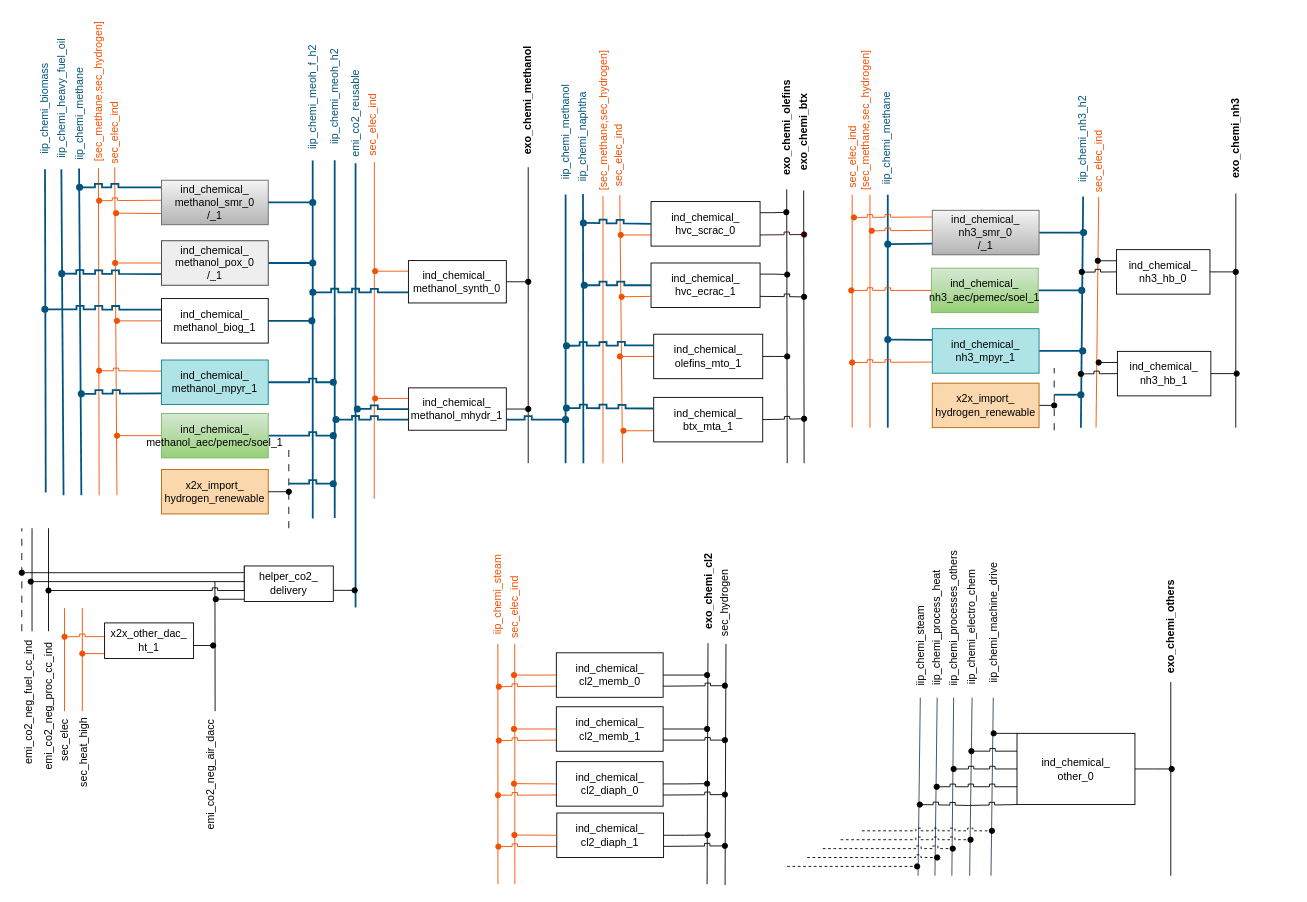
Earlier version of the draw.io diagram page "Chemi_SEDOS" (3 of 18) of TAM_Industry_RES.drawio (anik-ier/TAM_Industry_RES). Source tidied: cells renumbered, new cells numbered last; positions are measured from the earlier drawing's top-left corner, leaving out a move shared by most shapes. Both pictures are drawn from the tidied source at 89%, with x=0, y=0 at pixel (-32, 18).
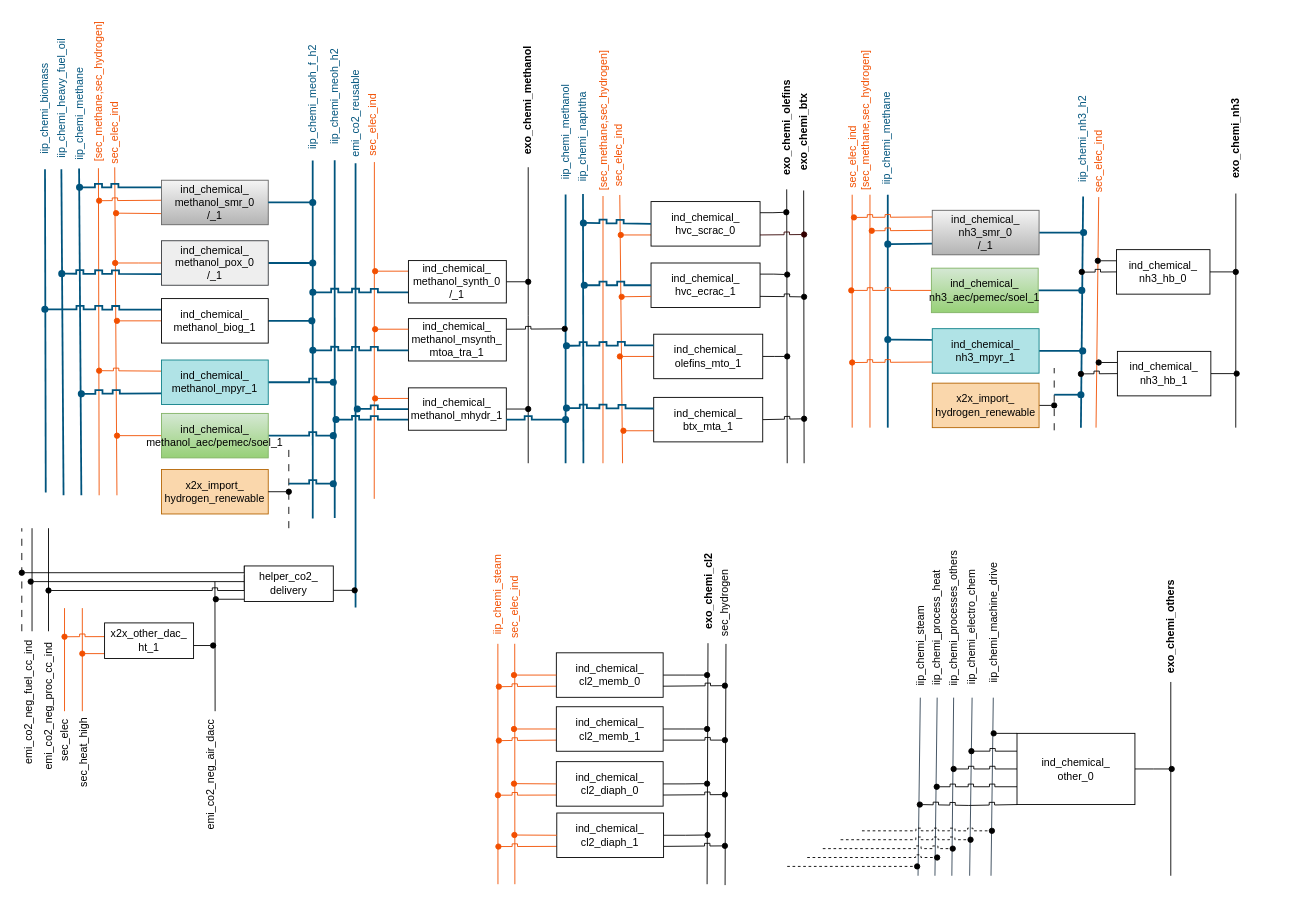
After the change.

Unchanged cells that the change refers to:
```xml
<mxCell id="139" style="group;" parent="1" vertex="1">
  <mxGeometry x="348" y="142.9" width="256.4" height="337.6" as="geometry" />
</mxCell>
<mxCell id="145" style="group;" parent="139" vertex="1">
  <mxGeometry y="-143" width="256.4" height="337.6" as="geometry" />
</mxCell>
```

Change to the diagram source:
```diff
@@
-    <mxCell id="149" value="&lt;div&gt;ind_chemical_&lt;/div&gt;&lt;div&gt;methanol_synth_0&lt;/div&gt;" style="rounded=0;whiteSpace=wrap;html=1;" parent="145" vertex="1">
+    <mxCell id="149" value="&lt;div&gt;ind_chemical_&lt;/div&gt;&lt;div&gt;methanol_synth_0&lt;/div&gt;/_1" style="rounded=0;whiteSpace=wrap;html=1;" parent="145" vertex="1">
       <mxGeometry x="146.4" y="272.4" width="110" height="47.6" as="geometry" />
     </mxCell>
@@
+    <mxCell id="210" style="edgeStyle=orthogonalEdgeStyle;rounded=0;hachureGap=4;jettySize=auto;html=1;exitX=1;exitY=0.25;exitDx=0;exitDy=0;fontFamily=Architects Daughter;endArrow=oval;endFill=1;jumpStyle=sharp;" parent="139" edge="1" source="211">
+      <mxGeometry relative="1" as="geometry">
+        <mxPoint x="322" y="206.1" as="targetPoint" />
+      </mxGeometry>
+    </mxCell>
+    <mxCell id="211" value="&lt;div&gt;ind_chemical_&lt;/div&gt;&lt;div&gt;methanol_msynth_&lt;/div&gt;&lt;div&gt;mtoa_tra_1&lt;/div&gt;" style="rounded=0;whiteSpace=wrap;html=1;" parent="139" vertex="1">
+      <mxGeometry x="146.4" y="194.6" width="110" height="47.6" as="geometry" />
+    </mxCell>
+    <mxCell id="212" style="edgeStyle=orthogonalEdgeStyle;rounded=0;jettySize=auto;html=1;exitX=0;exitY=0.25;exitDx=0;exitDy=0;endArrow=oval;endFill=1;strokeColor=#F24F00;" parent="139" edge="1" source="211">
+      <mxGeometry relative="1" as="geometry">
+        <mxPoint x="109" y="206.3" as="targetPoint" />
+      </mxGeometry>
+    </mxCell>
+    <mxCell id="213" style="edgeStyle=orthogonalEdgeStyle;rounded=0;jumpStyle=sharp;jettySize=auto;html=1;exitX=0;exitY=0.75;exitDx=0;exitDy=0;endArrow=oval;endFill=1;strokeColor=#00547D;strokeWidth=2;" parent="139" edge="1" source="211">
+      <mxGeometry relative="1" as="geometry">
+        <mxPoint x="39" y="230.2" as="targetPoint" />
+      </mxGeometry>
+    </mxCell>
```
